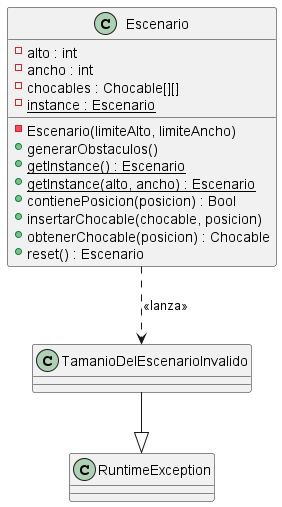
Earlier version of the PlantUML export diagrams/classes/diagrama_exception.png (NestorPala/T17-GPSChallenge).
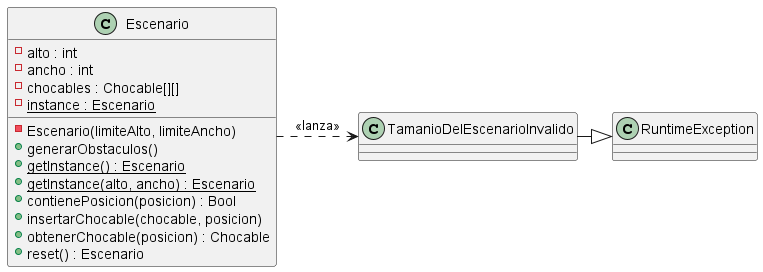
After the commit.

Commit message:
modifico diagramas de clase (exception)

Change to the diagram source:
```diff
@@ -21,7 +21,7 @@
 class RuntimeException {
 }
 
-Escenario ..> TamanioDelEscenarioInvalido : <<lanza>>
-TamanioDelEscenarioInvalido --|> RuntimeException
+Escenario .> TamanioDelEscenarioInvalido : <<lanza>>
+TamanioDelEscenarioInvalido -|> RuntimeException
 
 @enduml
```
